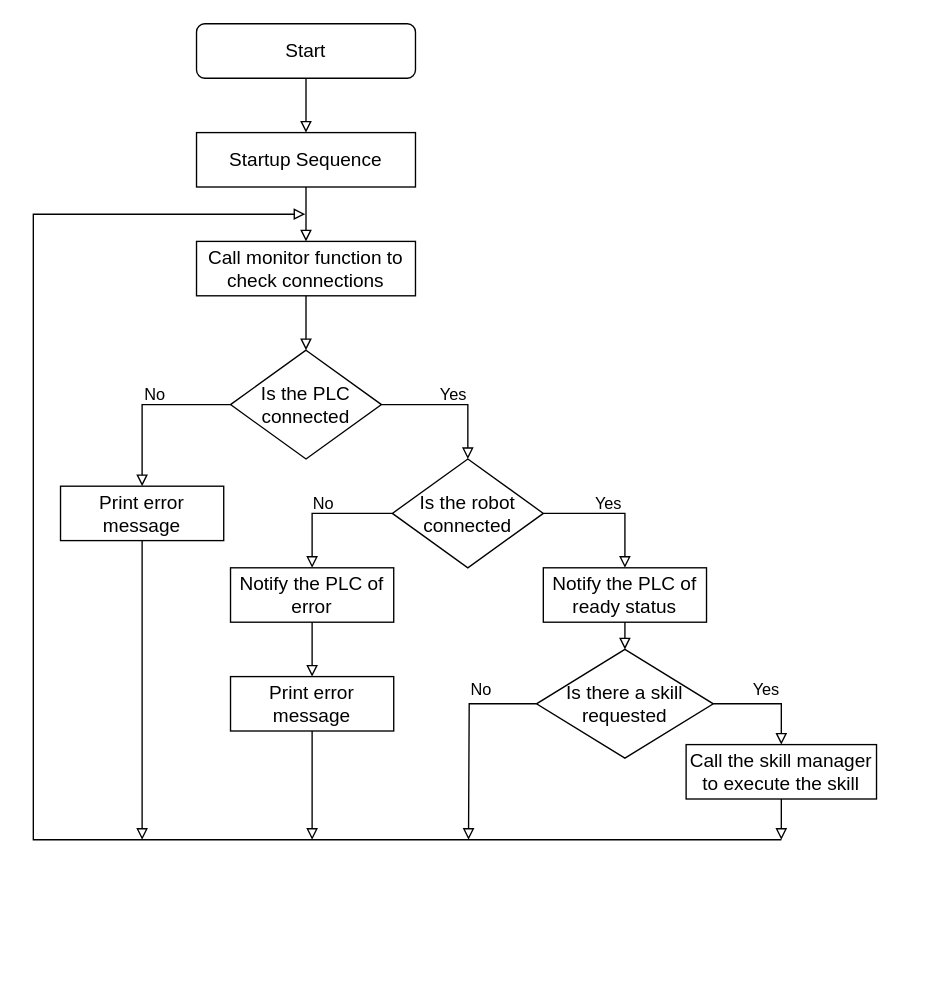
This is Recycling Module Program Ablaufdiagram.drawio from frangonzalez98/Diagramas_PFG, a draw.io file, before an edit. Source tidied: cells renumbered, new cells numbered last; positions are measured from the earlier drawing's top-left corner, leaving out a move shared by most shapes. Both pictures are drawn from the tidied source at 136%, with x=0, y=0 at pixel (33, 23).
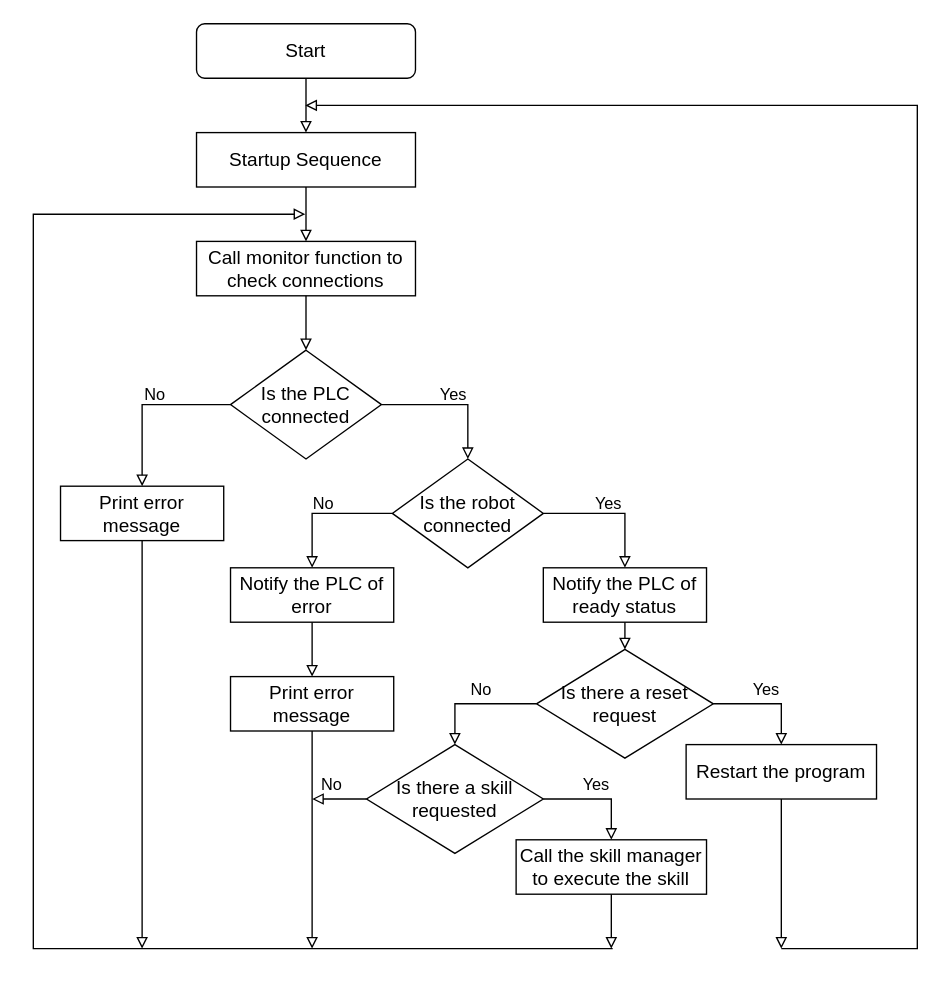
The same diagram, later.

The change refers to these unchanged cells:
```xml
<mxCell id="8" value="&lt;font style=&quot;font-size: 14px;&quot;&gt;Print error message&lt;/font&gt;" style="rounded=0;whiteSpace=wrap;html=1;fillColor=none;" parent="1" vertex="1">
  <mxGeometry x="20" y="340" width="120" height="40" as="geometry" />
</mxCell>
<mxCell id="12" value="&lt;font style=&quot;font-size: 14px;&quot;&gt;Print error message&lt;/font&gt;" style="rounded=0;whiteSpace=wrap;html=1;fillColor=none;" parent="1" vertex="1">
  <mxGeometry x="145" y="480" width="120" height="40" as="geometry" />
</mxCell>
```

Diff of the diagram source:
```diff
@@
     <mxCell id="7" style="edgeStyle=orthogonalEdgeStyle;rounded=0;jettySize=auto;html=1;exitX=0.5;exitY=1;exitDx=0;exitDy=0;fontSize=14;endArrow=block;endFill=0;" parent="1" edge="1" source="8">
       <mxGeometry relative="1" as="geometry">
-        <mxPoint x="80" y="600" as="targetPoint" />
+        <mxPoint x="80" y="680" as="targetPoint" />
       </mxGeometry>
     </mxCell>
@@
     <mxCell id="11" style="edgeStyle=orthogonalEdgeStyle;rounded=0;jettySize=auto;html=1;exitX=0.5;exitY=1;exitDx=0;exitDy=0;endArrow=block;endFill=0;" parent="1" edge="1" source="12">
       <mxGeometry relative="1" as="geometry">
-        <mxPoint x="205" y="600" as="targetPoint" />
+        <mxPoint x="205" y="680" as="targetPoint" />
       </mxGeometry>
     </mxCell>
@@
     <mxCell id="20" style="endArrow=block;html=1;rounded=0;fontSize=14;endFill=0;" parent="1" edge="1">
       <mxGeometry relative="1" as="geometry">
-        <mxPoint x="550" y="600" as="sourcePoint" />
+        <mxPoint x="426" y="680" as="sourcePoint" />
         <mxPoint x="200" y="140" as="targetPoint" />
         <Array as="points">
-          <mxPoint y="600" />
+          <mxPoint y="680" />
           <mxPoint y="140" />
         </Array>
       </mxGeometry>
     </mxCell>
@@
-    <mxCell id="27" style="edgeStyle=orthogonalEdgeStyle;rounded=0;jettySize=auto;html=1;exitX=0;exitY=0.5;exitDx=0;exitDy=0;endArrow=block;endFill=0;" parent="1" edge="1" source="29">
-      <mxGeometry relative="1" as="geometry">
-        <mxPoint x="320" y="600" as="targetPoint" />
-      </mxGeometry>
+    <mxCell id="27" style="edgeStyle=orthogonalEdgeStyle;rounded=0;jettySize=auto;html=1;exitX=0;exitY=0.5;exitDx=0;exitDy=0;endArrow=block;endFill=0;entryX=0.5;entryY=0;entryDx=0;entryDy=0;" parent="1" edge="1" source="29" target="36">
+      <mxGeometry relative="1" as="geometry" />
     </mxCell>
@@
-    <mxCell id="29" value="&lt;font style=&quot;font-size: 14px;&quot;&gt;Is there a skill requested&lt;/font&gt;" style="rhombus;whiteSpace=wrap;html=1;fontSize=12;fillColor=none;" parent="1" vertex="1">
+    <mxCell id="29" value="&lt;font style=&quot;font-size: 14px;&quot;&gt;Is there a reset request&lt;/font&gt;" style="rhombus;whiteSpace=wrap;html=1;fontSize=12;fillColor=none;" parent="1" vertex="1">
       <mxGeometry x="370" y="460" width="130" height="80" as="geometry" />
     </mxCell>
@@
     <mxCell id="32" style="edgeStyle=orthogonalEdgeStyle;rounded=0;jettySize=auto;html=1;exitX=0.5;exitY=1;exitDx=0;exitDy=0;endArrow=block;endFill=0;" parent="1" edge="1" source="33">
       <mxGeometry relative="1" as="geometry">
-        <mxPoint x="550" y="600" as="targetPoint" />
+        <mxPoint x="550" y="680" as="targetPoint" />
       </mxGeometry>
     </mxCell>
-    <mxCell id="33" value="&lt;span style=&quot;font-size: 14px;&quot;&gt;Call the skill manager to execute the skill&lt;/span&gt;" style="rounded=0;whiteSpace=wrap;html=1;fillColor=none;" parent="1" vertex="1">
+    <mxCell id="33" value="&lt;span style=&quot;font-size: 14px;&quot;&gt;Restart the program&lt;/span&gt;" style="rounded=0;whiteSpace=wrap;html=1;fillColor=none;" parent="1" vertex="1">
       <mxGeometry x="480" y="530" width="140" height="40" as="geometry" />
     </mxCell>
+    <mxCell id="34" style="edgeStyle=orthogonalEdgeStyle;rounded=0;jettySize=auto;html=1;exitX=1;exitY=0.5;exitDx=0;exitDy=0;entryX=0.5;entryY=0;entryDx=0;entryDy=0;endArrow=block;endFill=0;" parent="1" edge="1" source="36" target="40">
+      <mxGeometry relative="1" as="geometry" />
+    </mxCell>
+    <mxCell id="35" style="edgeStyle=orthogonalEdgeStyle;rounded=0;jettySize=auto;html=1;exitX=0;exitY=0.5;exitDx=0;exitDy=0;endArrow=block;endFill=0;" parent="1" edge="1" source="36">
+      <mxGeometry relative="1" as="geometry">
+        <mxPoint x="205" y="570" as="targetPoint" />
+      </mxGeometry>
+    </mxCell>
+    <mxCell id="36" value="&lt;font style=&quot;font-size: 14px;&quot;&gt;Is there a skill requested&lt;/font&gt;" style="rhombus;whiteSpace=wrap;html=1;fontSize=12;fillColor=none;" parent="1" vertex="1">
+      <mxGeometry x="245" y="530" width="130" height="80" as="geometry" />
+    </mxCell>
+    <mxCell id="37" value="Yes" style="text;html=1;strokeColor=none;fillColor=none;align=right;verticalAlign=middle;whiteSpace=wrap;rounded=0;fontSize=12;" parent="1" vertex="1">
+      <mxGeometry x="385" y="545" width="40.5" height="30" as="geometry" />
+    </mxCell>
+    <mxCell id="38" value="No" style="text;html=1;strokeColor=none;fillColor=none;align=left;verticalAlign=middle;whiteSpace=wrap;rounded=0;fontSize=12;" parent="1" vertex="1">
+      <mxGeometry x="209.5" y="545" width="30.5" height="30" as="geometry" />
+    </mxCell>
+    <mxCell id="39" style="edgeStyle=orthogonalEdgeStyle;rounded=0;jettySize=auto;html=1;exitX=0.5;exitY=1;exitDx=0;exitDy=0;endArrow=block;endFill=0;" parent="1" edge="1" source="40">
+      <mxGeometry relative="1" as="geometry">
+        <mxPoint x="425" y="680" as="targetPoint" />
+      </mxGeometry>
+    </mxCell>
+    <mxCell id="40" value="&lt;span style=&quot;font-size: 14px;&quot;&gt;Call the skill manager to execute the skill&lt;/span&gt;" style="rounded=0;whiteSpace=wrap;html=1;fillColor=none;" parent="1" vertex="1">
+      <mxGeometry x="355" y="600" width="140" height="40" as="geometry" />
+    </mxCell>
+    <mxCell id="41" style="endArrow=block;html=1;rounded=0;endFill=0;" parent="1" edge="1">
+      <mxGeometry relative="1" as="geometry">
+        <mxPoint x="550" y="680" as="sourcePoint" />
+        <mxPoint x="200" y="60" as="targetPoint" />
+        <Array as="points">
+          <mxPoint x="650" y="680" />
+          <mxPoint x="650" y="60" />
+        </Array>
+      </mxGeometry>
+    </mxCell>
```
